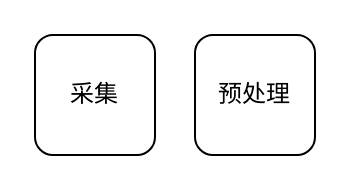
Above: draw.io/other.drawio in AAAirFox/aaairfox.github.io (draw.io), before the change. Source tidied: cells renumbered, new cells numbered last; positions are measured from the earlier drawing's top-left corner, leaving out a move shared by most shapes. Both pictures are drawn from the tidied source at 200%, with x=0, y=0 at pixel (34, 34).
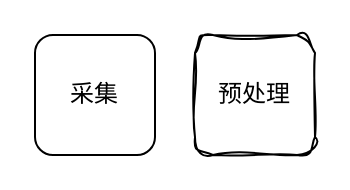
Above is the later version.

Change to the diagram source:
```diff
@@
 <mxGraphModel>
   <root>
     <mxCell id="0" />
     <mxCell id="1" parent="0" />
     <mxCell id="2" value="采集" style="rounded=1;whiteSpace=wrap;html=1;" parent="1" vertex="1">
       <mxGeometry width="60" height="60" as="geometry" />
     </mxCell>
-    <mxCell id="3" value="预处理" style="rounded=1;whiteSpace=wrap;html=1;" parent="1" vertex="1">
+    <mxCell id="3" value="预处理" style="rounded=1;whiteSpace=wrap;html=1;sketch=1;curveFitting=1;jiggle=2;" parent="1" vertex="1">
       <mxGeometry x="80" width="60" height="60" as="geometry" />
     </mxCell>
   </root>
 </mxGraphModel>
```
